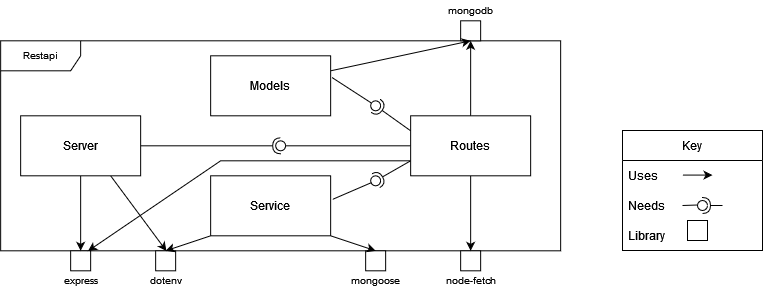
The draw.io diagram docs/images/whitebox_restapi.png in Arquisoft/dede_es5a, before a commit. Source tidied: cells renumbered, new cells last; positions are measured from the earlier drawing's top-left corner, leaving out a move shared by most shapes.
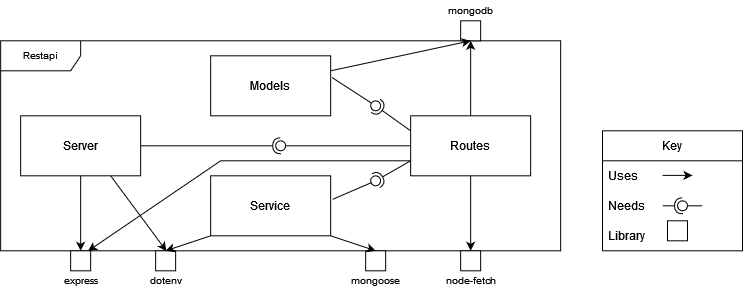
After the commit.

Change to the diagram source:
```diff
@@ -109,38 +109,38 @@
       <mxGeometry relative="1" as="geometry" />
     </mxCell>
     <mxCell id="35" value="Key" style="swimlane;fontStyle=0;horizontal=1;startSize=30;" parent="1" vertex="1">
-      <mxGeometry x="622" y="130" width="140" height="120" as="geometry" />
+      <mxGeometry x="602" y="130.3" width="140" height="120" as="geometry" />
     </mxCell>
     <mxCell id="36" value="Uses" style="text;strokeColor=none;fillColor=none;align=left;verticalAlign=middle;spacingLeft=4;spacingRight=4;overflow=hidden;" parent="35" vertex="1">
       <mxGeometry y="30" width="140" height="30" as="geometry" />
     </mxCell>
-    <mxCell id="37" style="endArrow=classic;html=1;rounded=0;" parent="35" edge="1">
-      <mxGeometry relative="1" as="geometry">
-        <mxPoint x="60" y="44.6" as="sourcePoint" />
-        <mxPoint x="90" y="44.6" as="targetPoint" />
-      </mxGeometry>
-    </mxCell>
+    <mxCell id="44" style="endArrow=classic;html=1;rounded=0;" parent="35" edge="1">
+      <mxGeometry relative="1" as="geometry">
+        <mxPoint x="60" y="44.6" as="sourcePoint" />
+        <mxPoint x="90" y="44.6" as="targetPoint" />
+      </mxGeometry>
+    </mxCell>
     <mxCell id="38" value="Needs" style="text;strokeColor=none;fillColor=none;align=left;verticalAlign=middle;spacingLeft=4;spacingRight=4;overflow=hidden;" parent="35" vertex="1">
       <mxGeometry y="60" width="140" height="30" as="geometry" />
     </mxCell>
     <mxCell id="39" value="Library " style="text;strokeColor=none;fillColor=none;align=left;verticalAlign=middle;spacingLeft=4;spacingRight=4;overflow=hidden;" parent="35" vertex="1">
       <mxGeometry y="90" width="140" height="30" as="geometry" />
     </mxCell>
-    <mxCell id="40" style="rounded=0;jettySize=auto;html=1;endArrow=none;endFill=0;sketch=0;sourcePerimeterSpacing=0;targetPerimeterSpacing=0;" parent="1" edge="1" target="42">
-      <mxGeometry relative="1" as="geometry">
-        <mxPoint x="682" y="205" as="sourcePoint" />
-      </mxGeometry>
-    </mxCell>
-    <mxCell id="41" style="rounded=0;jettySize=auto;html=1;endArrow=halfCircle;endFill=0;entryX=0.5;entryY=0.5;endSize=6;strokeWidth=1;sketch=0;" parent="1" edge="1" target="42">
-      <mxGeometry relative="1" as="geometry">
-        <mxPoint x="722" y="205" as="sourcePoint" />
-      </mxGeometry>
-    </mxCell>
-    <mxCell id="42" style="ellipse;whiteSpace=wrap;html=1;align=center;points=[];outlineConnect=0;sketch=0;" parent="1" vertex="1">
-      <mxGeometry x="697" y="200" width="10" height="10" as="geometry" />
-    </mxCell>
-    <mxCell id="43" style="whiteSpace=wrap;html=1;fontSize=10;" parent="1" vertex="1">
-      <mxGeometry x="687" y="220" width="20" height="20" as="geometry" />
-    </mxCell>
+    <mxCell id="45" style="whiteSpace=wrap;html=1;fontSize=10;" parent="1" vertex="1">
+      <mxGeometry x="667" y="220.3" width="20" height="20" as="geometry" />
+    </mxCell>
+    <mxCell id="46" style="rounded=0;jettySize=auto;html=1;endArrow=none;endFill=0;sketch=0;sourcePerimeterSpacing=0;targetPerimeterSpacing=0;" parent="1" edge="1" target="48">
+      <mxGeometry relative="1" as="geometry">
+        <mxPoint x="702" y="205.3" as="sourcePoint" />
+      </mxGeometry>
+    </mxCell>
+    <mxCell id="47" style="rounded=0;jettySize=auto;html=1;endArrow=halfCircle;endFill=0;entryX=0.5;entryY=0.5;endSize=6;strokeWidth=1;sketch=0;" parent="1" edge="1" target="48">
+      <mxGeometry relative="1" as="geometry">
+        <mxPoint x="662" y="205.3" as="sourcePoint" />
+      </mxGeometry>
+    </mxCell>
+    <mxCell id="48" style="ellipse;whiteSpace=wrap;html=1;align=center;points=[];outlineConnect=0;sketch=0;" parent="1" vertex="1">
+      <mxGeometry x="677" y="200.3" width="10" height="10" as="geometry" />
+    </mxCell>
   </root>
 </mxGraphModel>
```
